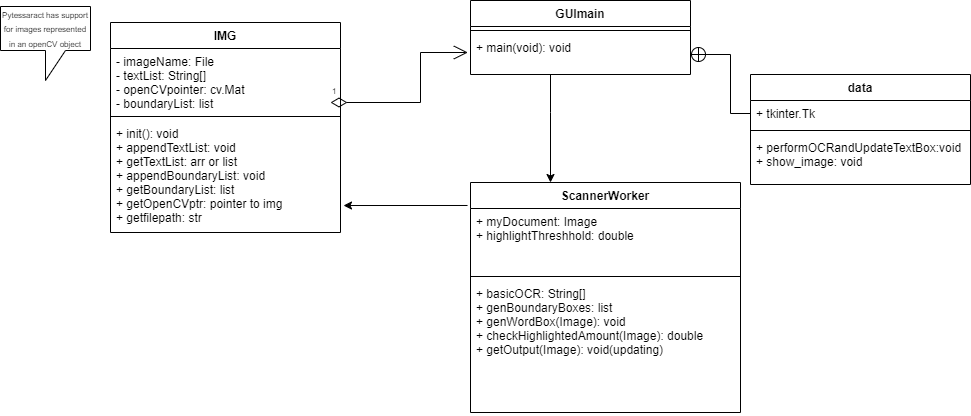
Before: docs/devDocs/UML/Highlight_Paste.drawio.png, a diagram exported from draw.io (CIS3296SoftwareDesignF21/prj-01-openhighlightcopypaste). Source tidied: cells renumbered, new cells last; positions are measured from the earlier drawing's top-left corner, leaving out a move shared by most shapes. Its diagram source:
```xml
<mxGraphModel>
  <root>
    <mxCell id="0" />
    <mxCell id="1" parent="0" />
    <mxCell id="2" value="GUImain" style="swimlane;fontStyle=1;align=center;verticalAlign=top;horizontal=1;startSize=26;" parent="1" vertex="1">
      <mxGeometry x="470" width="220" height="74" as="geometry" />
    </mxCell>
    <mxCell id="3" style="line;strokeWidth=1;fillColor=none;align=left;verticalAlign=middle;spacingTop=-1;spacingLeft=3;spacingRight=3;labelPosition=right;" parent="2" vertex="1">
      <mxGeometry y="26" width="220" height="8" as="geometry" />
    </mxCell>
    <mxCell id="4" value="+ main(void): void" style="text;strokeColor=none;fillColor=none;align=left;verticalAlign=top;spacingLeft=4;spacingRight=4;overflow=hidden;points=[[0,0.5],[1,0.5]];portConstraint=eastwest;" parent="2" vertex="1">
      <mxGeometry y="34" width="220" height="40" as="geometry" />
    </mxCell>
    <mxCell id="5" value="ScannerWorker" style="swimlane;fontStyle=1;align=center;verticalAlign=top;horizontal=1;startSize=26;" parent="1" vertex="1">
      <mxGeometry x="470" y="182" width="270" height="230" as="geometry" />
    </mxCell>
    <mxCell id="6" value="+ myDocument: Image&#10;+ highlightThreshhold: double" style="text;strokeColor=none;fillColor=none;align=left;verticalAlign=top;spacingLeft=4;spacingRight=4;overflow=hidden;points=[[0,0.5],[1,0.5]];portConstraint=eastwest;" parent="5" vertex="1">
      <mxGeometry y="26" width="270" height="64" as="geometry" />
    </mxCell>
    <mxCell id="7" style="line;strokeWidth=1;fillColor=none;align=left;verticalAlign=middle;spacingTop=-1;spacingLeft=3;spacingRight=3;labelPosition=right;" parent="5" vertex="1">
      <mxGeometry y="90" width="270" height="8" as="geometry" />
    </mxCell>
    <mxCell id="8" value="+ basicOCR: String[]&#10;+ genBoundaryBoxes: list&#10;+ genWordBox(Image): void&#10;+ checkHighlightedAmount(Image): double&#10;+ getOutput(Image): void(updating)&#10;" style="text;strokeColor=none;fillColor=none;align=left;verticalAlign=top;spacingLeft=4;spacingRight=4;overflow=hidden;" parent="5" vertex="1">
      <mxGeometry y="98" width="270" height="132" as="geometry" />
    </mxCell>
    <mxCell id="9" value="IMG" style="swimlane;fontStyle=1;align=center;verticalAlign=top;horizontal=1;startSize=26;" parent="1" vertex="1">
      <mxGeometry x="110" y="22" width="230" height="210" as="geometry" />
    </mxCell>
    <mxCell id="10" value="- imageName: File&#10;- textList: String[]&#10;- openCVpointer: cv.Mat&#10;- boundaryList: list&#10;" style="text;strokeColor=none;fillColor=none;align=left;verticalAlign=top;spacingLeft=4;spacingRight=4;overflow=hidden;" parent="9" vertex="1">
      <mxGeometry y="26" width="230" height="64" as="geometry" />
    </mxCell>
    <mxCell id="11" style="line;strokeWidth=1;fillColor=none;align=left;verticalAlign=middle;spacingTop=-1;spacingLeft=3;spacingRight=3;labelPosition=right;" parent="9" vertex="1">
      <mxGeometry y="90" width="230" height="8" as="geometry" />
    </mxCell>
    <mxCell id="12" value="+ init(): void&#10;+ appendTextList: void&#10;+ getTextList: arr or list&#10;+ appendBoundaryList: void &#10;+ getBoundaryList: list&#10;+ getOpenCVptr: pointer to img&#10;+ getfilepath: str " style="text;strokeColor=none;fillColor=none;align=left;verticalAlign=top;spacingLeft=4;spacingRight=4;overflow=hidden;points=[[0,0.5],[1,0.5]];portConstraint=eastwest;" parent="9" vertex="1">
      <mxGeometry y="98" width="230" height="112" as="geometry" />
    </mxCell>
    <mxCell id="13" value="&lt;font style=&quot;font-size: 8px&quot;&gt;Pytessaract has support for images represented in an openCV object&lt;/font&gt;" style="shape=callout;whiteSpace=wrap;html=1;perimeter=calloutPerimeter;" parent="1" vertex="1">
      <mxGeometry y="6" width="90" height="74" as="geometry" />
    </mxCell>
    <mxCell id="14" value="1" style="endArrow=open;html=1;endSize=12;startArrow=diamondThin;startSize=14;startFill=0;edgeStyle=orthogonalEdgeStyle;align=left;verticalAlign=bottom;rounded=0;fontSize=8;entryX=-0.012;entryY=1;entryDx=0;entryDy=0;entryPerimeter=0;" parent="1" edge="1">
      <mxGeometry x="-1" y="3" relative="1" as="geometry">
        <mxPoint x="330" y="102" as="sourcePoint" />
        <mxPoint x="467.4" y="52" as="targetPoint" />
        <Array as="points">
          <mxPoint x="420" y="102" />
          <mxPoint x="420" y="52" />
        </Array>
      </mxGeometry>
    </mxCell>
    <mxCell id="15" style="edgeStyle=orthogonalEdgeStyle;rounded=0;jettySize=auto;html=1;fontSize=8;" parent="1" edge="1" source="4" target="5">
      <mxGeometry relative="1" as="geometry">
        <Array as="points">
          <mxPoint x="550" y="112" />
          <mxPoint x="550" y="112" />
        </Array>
      </mxGeometry>
    </mxCell>
    <mxCell id="16" style="endArrow=classic;html=1;rounded=0;entryX=1.013;entryY=0.759;entryDx=0;entryDy=0;entryPerimeter=0;exitX=-0.011;exitY=-0.047;exitDx=0;exitDy=0;exitPerimeter=0;" parent="1" edge="1" source="6" target="12">
      <mxGeometry relative="1" as="geometry" />
    </mxCell>
    <mxCell id="17" style="edgeStyle=orthogonalEdgeStyle;rounded=0;jettySize=auto;html=1;exitX=1;exitY=0.5;exitDx=0;exitDy=0;entryX=0;entryY=0.5;entryDx=0;entryDy=0;endArrow=none;endFill=0;startArrow=circlePlus;startFill=0;" parent="1" edge="1" source="4" target="19">
      <mxGeometry relative="1" as="geometry">
        <Array as="points">
          <mxPoint x="730" y="54" />
          <mxPoint x="730" y="113" />
        </Array>
      </mxGeometry>
    </mxCell>
    <mxCell id="18" value="data" style="swimlane;fontStyle=1;align=center;verticalAlign=top;horizontal=1;startSize=26;" parent="1" vertex="1">
      <mxGeometry x="750" y="74" width="220" height="110" as="geometry" />
    </mxCell>
    <mxCell id="19" value="+ tkinter.Tk" style="text;strokeColor=none;fillColor=none;align=left;verticalAlign=top;spacingLeft=4;spacingRight=4;overflow=hidden;points=[[0,0.5],[1,0.5]];portConstraint=eastwest;" parent="18" vertex="1">
      <mxGeometry y="26" width="220" height="26" as="geometry" />
    </mxCell>
    <mxCell id="20" style="line;strokeWidth=1;fillColor=none;align=left;verticalAlign=middle;spacingTop=-1;spacingLeft=3;spacingRight=3;labelPosition=right;" parent="18" vertex="1">
      <mxGeometry y="52" width="220" height="8" as="geometry" />
    </mxCell>
    <mxCell id="21" value="+ performOCRandUpdateTextBox:void&#10;+ show_image: void" style="text;strokeColor=none;fillColor=none;align=left;verticalAlign=top;spacingLeft=4;spacingRight=4;overflow=hidden;" parent="18" vertex="1">
      <mxGeometry y="60" width="220" height="50" as="geometry" />
    </mxCell>
  </root>
</mxGraphModel>
```
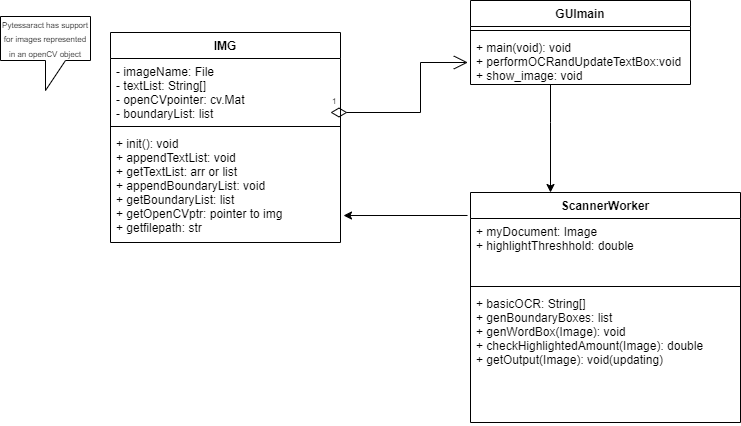
The same file after the commit.

The edit, as a diff of the source:
```diff
@@ -3,13 +3,13 @@
     <mxCell id="0" />
     <mxCell id="1" parent="0" />
     <mxCell id="2" value="GUImain" style="swimlane;fontStyle=1;align=center;verticalAlign=top;horizontal=1;startSize=26;" parent="1" vertex="1">
-      <mxGeometry x="470" width="220" height="74" as="geometry" />
+      <mxGeometry x="470" y="-10" width="220" height="84" as="geometry" />
     </mxCell>
     <mxCell id="3" style="line;strokeWidth=1;fillColor=none;align=left;verticalAlign=middle;spacingTop=-1;spacingLeft=3;spacingRight=3;labelPosition=right;" parent="2" vertex="1">
       <mxGeometry y="26" width="220" height="8" as="geometry" />
     </mxCell>
-    <mxCell id="4" value="+ main(void): void" style="text;strokeColor=none;fillColor=none;align=left;verticalAlign=top;spacingLeft=4;spacingRight=4;overflow=hidden;points=[[0,0.5],[1,0.5]];portConstraint=eastwest;" parent="2" vertex="1">
-      <mxGeometry y="34" width="220" height="40" as="geometry" />
+    <mxCell id="4" value="+ main(void): void&#10;+ performOCRandUpdateTextBox:void&#10;+ show_image: void" style="text;strokeColor=none;fillColor=none;align=left;verticalAlign=top;spacingLeft=4;spacingRight=4;overflow=hidden;points=[[0,0.5],[1,0.5]];portConstraint=eastwest;" parent="2" vertex="1">
+      <mxGeometry y="34" width="220" height="50" as="geometry" />
     </mxCell>
     <mxCell id="5" value="ScannerWorker" style="swimlane;fontStyle=1;align=center;verticalAlign=top;horizontal=1;startSize=26;" parent="1" vertex="1">
       <mxGeometry x="470" y="182" width="270" height="230" as="geometry" />
@@ -59,25 +59,5 @@
     <mxCell id="16" style="endArrow=classic;html=1;rounded=0;entryX=1.013;entryY=0.759;entryDx=0;entryDy=0;entryPerimeter=0;exitX=-0.011;exitY=-0.047;exitDx=0;exitDy=0;exitPerimeter=0;" parent="1" edge="1" source="6" target="12">
       <mxGeometry relative="1" as="geometry" />
     </mxCell>
-    <mxCell id="17" style="edgeStyle=orthogonalEdgeStyle;rounded=0;jettySize=auto;html=1;exitX=1;exitY=0.5;exitDx=0;exitDy=0;entryX=0;entryY=0.5;entryDx=0;entryDy=0;endArrow=none;endFill=0;startArrow=circlePlus;startFill=0;" parent="1" edge="1" source="4" target="19">
-      <mxGeometry relative="1" as="geometry">
-        <Array as="points">
-          <mxPoint x="730" y="54" />
-          <mxPoint x="730" y="113" />
-        </Array>
-      </mxGeometry>
-    </mxCell>
-    <mxCell id="18" value="data" style="swimlane;fontStyle=1;align=center;verticalAlign=top;horizontal=1;startSize=26;" parent="1" vertex="1">
-      <mxGeometry x="750" y="74" width="220" height="110" as="geometry" />
-    </mxCell>
-    <mxCell id="19" value="+ tkinter.Tk" style="text;strokeColor=none;fillColor=none;align=left;verticalAlign=top;spacingLeft=4;spacingRight=4;overflow=hidden;points=[[0,0.5],[1,0.5]];portConstraint=eastwest;" parent="18" vertex="1">
-      <mxGeometry y="26" width="220" height="26" as="geometry" />
-    </mxCell>
-    <mxCell id="20" style="line;strokeWidth=1;fillColor=none;align=left;verticalAlign=middle;spacingTop=-1;spacingLeft=3;spacingRight=3;labelPosition=right;" parent="18" vertex="1">
-      <mxGeometry y="52" width="220" height="8" as="geometry" />
-    </mxCell>
-    <mxCell id="21" value="+ performOCRandUpdateTextBox:void&#10;+ show_image: void" style="text;strokeColor=none;fillColor=none;align=left;verticalAlign=top;spacingLeft=4;spacingRight=4;overflow=hidden;" parent="18" vertex="1">
-      <mxGeometry y="60" width="220" height="50" as="geometry" />
-    </mxCell>
   </root>
 </mxGraphModel>
```
